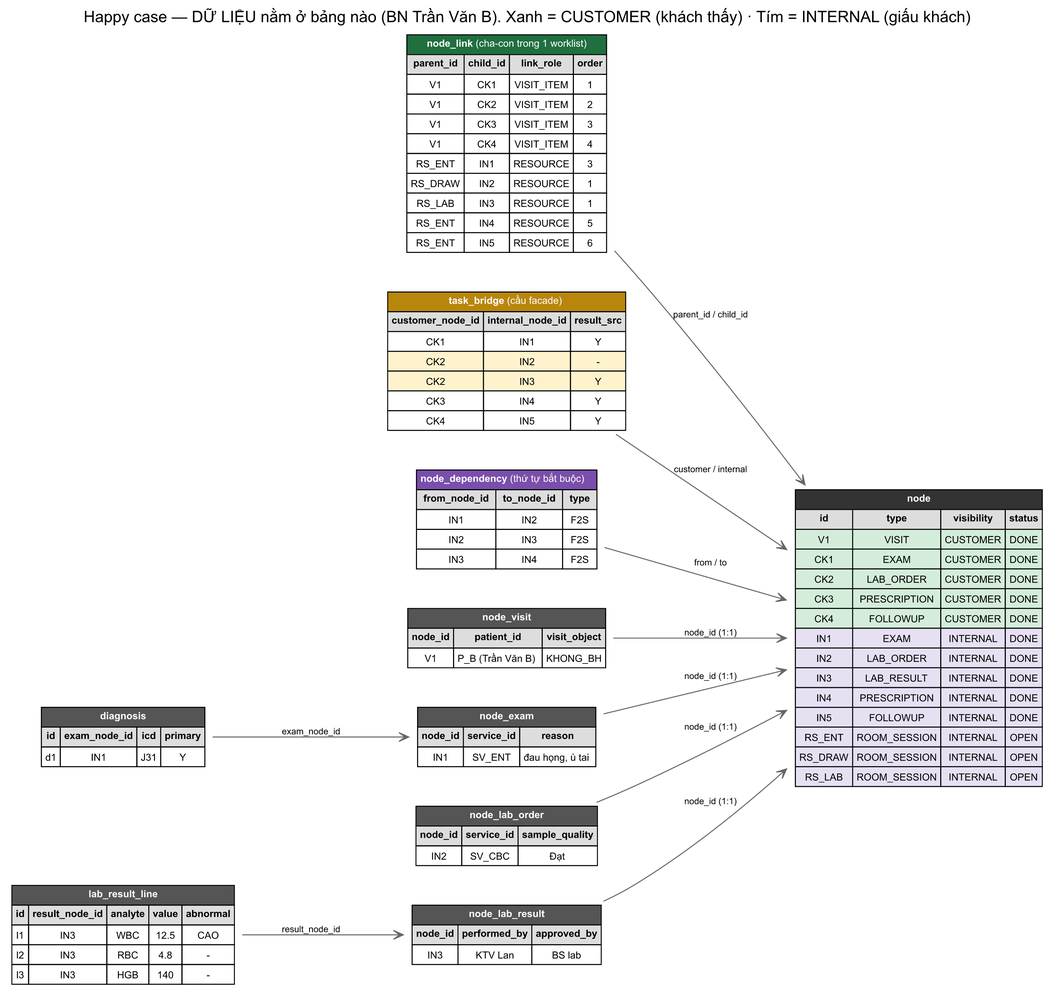
The Graphviz diagram diagrams/06_happy_data.png in yumeekoo/DebateStructure, before a commit. Its source is kept beside it as diagrams/06_happy_data.dot. Its diagram source:
```dot
digraph happy_case {
  rankdir=LR;
  graph [fontname="Arial", nodesep=0.45, ranksep=1.1,
         label="Happy case — DỮ LIỆU nằm ở bảng nào (BN Trần Văn B). Xanh = CUSTOMER (khách thấy) · Tím = INTERNAL (giấu khách)",
         labelloc="t", fontsize=16];
  node [shape=plaintext, fontname="Arial", fontsize=10];
  edge [fontname="Arial", fontsize=9, color="#666666", arrowhead=vee];

  node_tbl [label=<
    <table border="0" cellborder="1" cellspacing="0" cellpadding="3">
      <tr><td colspan="4" bgcolor="#333333"><font color="white"><b>node</b></font></td></tr>
      <tr><td bgcolor="#dddddd"><b>id</b></td><td bgcolor="#dddddd"><b>type</b></td><td bgcolor="#dddddd"><b>visibility</b></td><td bgcolor="#dddddd"><b>status</b></td></tr>
      <tr><td bgcolor="#d4edda">V1</td><td bgcolor="#d4edda">VISIT</td><td bgcolor="#d4edda">CUSTOMER</td><td bgcolor="#d4edda">DONE</td></tr>
      <tr><td bgcolor="#d4edda">CK1</td><td bgcolor="#d4edda">EXAM</td><td bgcolor="#d4edda">CUSTOMER</td><td bgcolor="#d4edda">DONE</td></tr>
      <tr><td bgcolor="#d4edda">CK2</td><td bgcolor="#d4edda">LAB_ORDER</td><td bgcolor="#d4edda">CUSTOMER</td><td bgcolor="#d4edda">DONE</td></tr>
      <tr><td bgcolor="#d4edda">CK3</td><td bgcolor="#d4edda">PRESCRIPTION</td><td bgcolor="#d4edda">CUSTOMER</td><td bgcolor="#d4edda">DONE</td></tr>
      <tr><td bgcolor="#d4edda">CK4</td><td bgcolor="#d4edda">FOLLOWUP</td><td bgcolor="#d4edda">CUSTOMER</td><td bgcolor="#d4edda">DONE</td></tr>
      <tr><td bgcolor="#e7e0f3">IN1</td><td bgcolor="#e7e0f3">EXAM</td><td bgcolor="#e7e0f3">INTERNAL</td><td bgcolor="#e7e0f3">DONE</td></tr>
      <tr><td bgcolor="#e7e0f3">IN2</td><td bgcolor="#e7e0f3">LAB_ORDER</td><td bgcolor="#e7e0f3">INTERNAL</td><td bgcolor="#e7e0f3">DONE</td></tr>
      <tr><td bgcolor="#e7e0f3">IN3</td><td bgcolor="#e7e0f3">LAB_RESULT</td><td bgcolor="#e7e0f3">INTERNAL</td><td bgcolor="#e7e0f3">DONE</td></tr>
      <tr><td bgcolor="#e7e0f3">IN4</td><td bgcolor="#e7e0f3">PRESCRIPTION</td><td bgcolor="#e7e0f3">INTERNAL</td><td bgcolor="#e7e0f3">DONE</td></tr>
      <tr><td bgcolor="#e7e0f3">IN5</td><td bgcolor="#e7e0f3">FOLLOWUP</td><td bgcolor="#e7e0f3">INTERNAL</td><td bgcolor="#e7e0f3">DONE</td></tr>
      <tr><td bgcolor="#e7e0f3">RS_ENT</td><td bgcolor="#e7e0f3">ROOM_SESSION</td><td bgcolor="#e7e0f3">INTERNAL</td><td bgcolor="#e7e0f3">OPEN</td></tr>
      <tr><td bgcolor="#e7e0f3">RS_DRAW</td><td bgcolor="#e7e0f3">ROOM_SESSION</td><td bgcolor="#e7e0f3">INTERNAL</td><td bgcolor="#e7e0f3">OPEN</td></tr>
      <tr><td bgcolor="#e7e0f3">RS_LAB</td><td bgcolor="#e7e0f3">ROOM_SESSION</td><td bgcolor="#e7e0f3">INTERNAL</td><td bgcolor="#e7e0f3">OPEN</td></tr>
    </table>
  >];

  node_link_tbl [label=<
    <table border="0" cellborder="1" cellspacing="0" cellpadding="3">
      <tr><td colspan="4" bgcolor="#1f6f3f"><font color="white"><b>node_link</b> (cha-con trong 1 worklist)</font></td></tr>
      <tr><td bgcolor="#dddddd"><b>parent_id</b></td><td bgcolor="#dddddd"><b>child_id</b></td><td bgcolor="#dddddd"><b>link_role</b></td><td bgcolor="#dddddd"><b>order</b></td></tr>
      <tr><td>V1</td><td>CK1</td><td>VISIT_ITEM</td><td>1</td></tr>
      <tr><td>V1</td><td>CK2</td><td>VISIT_ITEM</td><td>2</td></tr>
      <tr><td>V1</td><td>CK3</td><td>VISIT_ITEM</td><td>3</td></tr>
      <tr><td>V1</td><td>CK4</td><td>VISIT_ITEM</td><td>4</td></tr>
      <tr><td>RS_ENT</td><td>IN1</td><td>RESOURCE</td><td>3</td></tr>
      <tr><td>RS_DRAW</td><td>IN2</td><td>RESOURCE</td><td>1</td></tr>
      <tr><td>RS_LAB</td><td>IN3</td><td>RESOURCE</td><td>1</td></tr>
      <tr><td>RS_ENT</td><td>IN4</td><td>RESOURCE</td><td>5</td></tr>
      <tr><td>RS_ENT</td><td>IN5</td><td>RESOURCE</td><td>6</td></tr>
    </table>
  >];

  bridge_tbl [label=<
    <table border="0" cellborder="1" cellspacing="0" cellpadding="3">
      <tr><td colspan="3" bgcolor="#b8860b"><font color="white"><b>task_bridge</b> (cầu facade)</font></td></tr>
      <tr><td bgcolor="#dddddd"><b>customer_node_id</b></td><td bgcolor="#dddddd"><b>internal_node_id</b></td><td bgcolor="#dddddd"><b>result_src</b></td></tr>
      <tr><td>CK1</td><td>IN1</td><td>Y</td></tr>
      <tr><td bgcolor="#fff3cd">CK2</td><td bgcolor="#fff3cd">IN2</td><td bgcolor="#fff3cd">-</td></tr>
      <tr><td bgcolor="#fff3cd">CK2</td><td bgcolor="#fff3cd">IN3</td><td bgcolor="#fff3cd">Y</td></tr>
      <tr><td>CK3</td><td>IN4</td><td>Y</td></tr>
      <tr><td>CK4</td><td>IN5</td><td>Y</td></tr>
    </table>
  >];

  dep_tbl [label=<
    <table border="0" cellborder="1" cellspacing="0" cellpadding="3">
      <tr><td colspan="3" bgcolor="#7a4eab"><font color="white"><b>node_dependency</b> (thứ tự bắt buộc)</font></td></tr>
      <tr><td bgcolor="#dddddd"><b>from_node_id</b></td><td bgcolor="#dddddd"><b>to_node_id</b></td><td bgcolor="#dddddd"><b>type</b></td></tr>
      <tr><td>IN1</td><td>IN2</td><td>F2S</td></tr>
      <tr><td>IN2</td><td>IN3</td><td>F2S</td></tr>
      <tr><td>IN3</td><td>IN4</td><td>F2S</td></tr>
    </table>
  >];

  visit_tbl [label=<
    <table border="0" cellborder="1" cellspacing="0" cellpadding="3">
      <tr><td colspan="3" bgcolor="#555555"><font color="white"><b>node_visit</b></font></td></tr>
      <tr><td bgcolor="#dddddd"><b>node_id</b></td><td bgcolor="#dddddd"><b>patient_id</b></td><td bgcolor="#dddddd"><b>visit_object</b></td></tr>
      <tr><td>V1</td><td>P_B (Trần Văn B)</td><td>KHONG_BH</td></tr>
    </table>
  >];

  exam_tbl [label=<
    <table border="0" cellborder="1" cellspacing="0" cellpadding="3">
      <tr><td colspan="3" bgcolor="#555555"><font color="white"><b>node_exam</b></font></td></tr>
      <tr><td bgcolor="#dddddd"><b>node_id</b></td><td bgcolor="#dddddd"><b>service_id</b></td><td bgcolor="#dddddd"><b>reason</b></td></tr>
      <tr><td>IN1</td><td>SV_ENT</td><td>đau họng, ù tai</td></tr>
    </table>
  >];

  diag_tbl [label=<
    <table border="0" cellborder="1" cellspacing="0" cellpadding="3">
      <tr><td colspan="4" bgcolor="#555555"><font color="white"><b>diagnosis</b></font></td></tr>
      <tr><td bgcolor="#dddddd"><b>id</b></td><td bgcolor="#dddddd"><b>exam_node_id</b></td><td bgcolor="#dddddd"><b>icd</b></td><td bgcolor="#dddddd"><b>primary</b></td></tr>
      <tr><td>d1</td><td>IN1</td><td>J31</td><td>Y</td></tr>
    </table>
  >];

  laborder_tbl [label=<
    <table border="0" cellborder="1" cellspacing="0" cellpadding="3">
      <tr><td colspan="3" bgcolor="#555555"><font color="white"><b>node_lab_order</b></font></td></tr>
      <tr><td bgcolor="#dddddd"><b>node_id</b></td><td bgcolor="#dddddd"><b>service_id</b></td><td bgcolor="#dddddd"><b>sample_quality</b></td></tr>
      <tr><td>IN2</td><td>SV_CBC</td><td>Đạt</td></tr>
    </table>
  >];

  labresult_tbl [label=<
    <table border="0" cellborder="1" cellspacing="0" cellpadding="3">
      <tr><td colspan="3" bgcolor="#555555"><font color="white"><b>node_lab_result</b></font></td></tr>
      <tr><td bgcolor="#dddddd"><b>node_id</b></td><td bgcolor="#dddddd"><b>performed_by</b></td><td bgcolor="#dddddd"><b>approved_by</b></td></tr>
      <tr><td>IN3</td><td>KTV Lan</td><td>BS lab</td></tr>
    </table>
  >];

  labline_tbl [label=<
    <table border="0" cellborder="1" cellspacing="0" cellpadding="3">
      <tr><td colspan="5" bgcolor="#555555"><font color="white"><b>lab_result_line</b></font></td></tr>
      <tr><td bgcolor="#dddddd"><b>id</b></td><td bgcolor="#dddddd"><b>result_node_id</b></td><td bgcolor="#dddddd"><b>analyte</b></td><td bgcolor="#dddddd"><b>value</b></td><td bgcolor="#dddddd"><b>abnormal</b></td></tr>
      <tr><td>l1</td><td>IN3</td><td>WBC</td><td>12.5</td><td>CAO</td></tr>
      <tr><td>l2</td><td>IN3</td><td>RBC</td><td>4.8</td><td>-</td></tr>
      <tr><td>l3</td><td>IN3</td><td>HGB</td><td>140</td><td>-</td></tr>
    </table>
  >];

  node_link_tbl  -> node_tbl [label="parent_id / child_id"];
  bridge_tbl     -> node_tbl [label="customer / internal"];
  dep_tbl        -> node_tbl [label="from / to"];
  visit_tbl      -> node_tbl [label="node_id (1:1)"];
  exam_tbl       -> node_tbl [label="node_id (1:1)"];
  laborder_tbl   -> node_tbl [label="node_id (1:1)"];
  labresult_tbl  -> node_tbl [label="node_id (1:1)"];
  diag_tbl       -> exam_tbl [label="exam_node_id"];
  labline_tbl    -> labresult_tbl [label="result_node_id"];
}
```
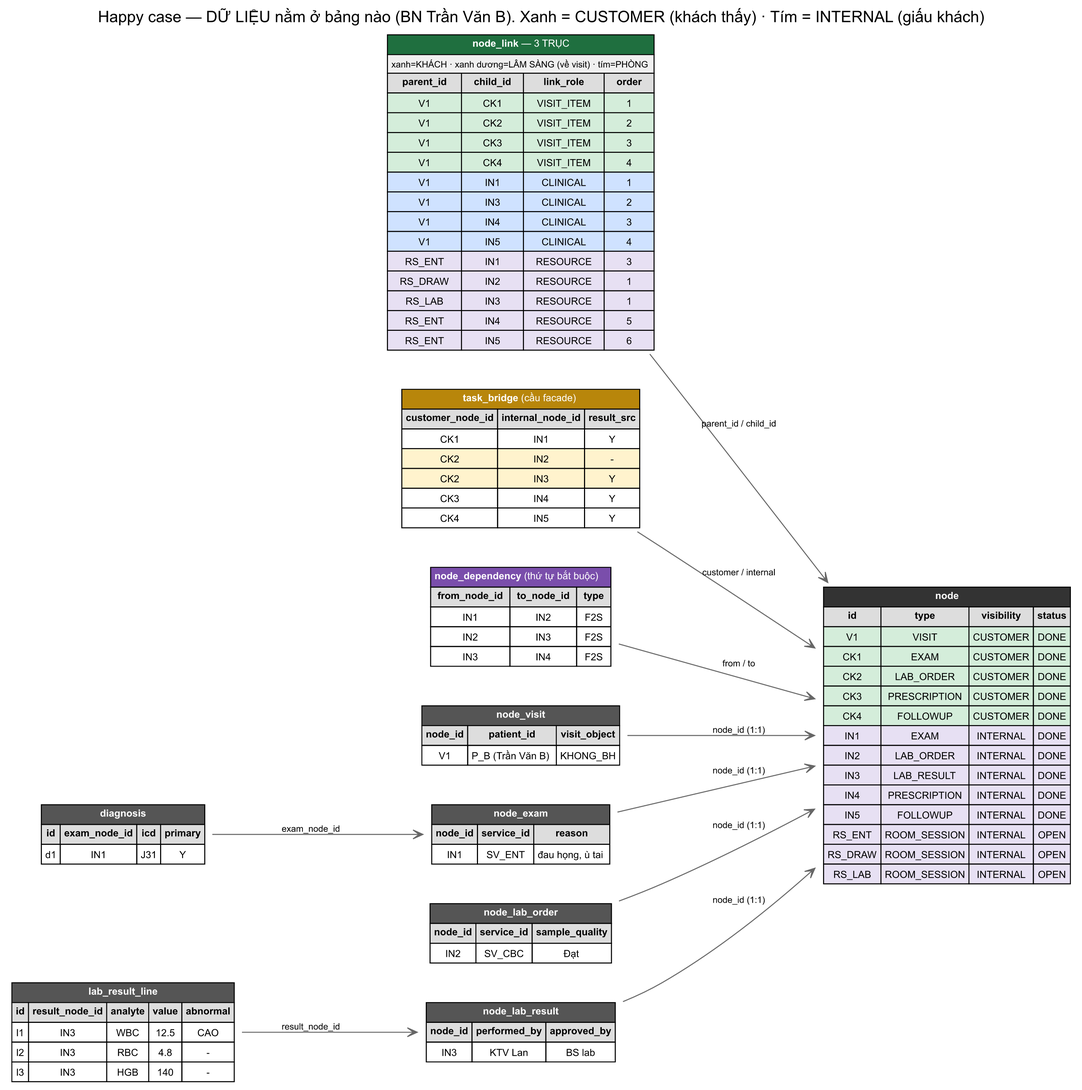
The same file after the commit.

What changed in the source:
```diff
@@ -28,17 +28,22 @@
 
   node_link_tbl [label=<
     <table border="0" cellborder="1" cellspacing="0" cellpadding="3">
-      <tr><td colspan="4" bgcolor="#1f6f3f"><font color="white"><b>node_link</b> (cha-con trong 1 worklist)</font></td></tr>
+      <tr><td colspan="4" bgcolor="#1f6f3f"><font color="white"><b>node_link</b> — 3 TRỤC</font></td></tr>
+      <tr><td colspan="4" bgcolor="#f0f0f0"><font point-size="9">xanh=KHÁCH · xanh dương=LÂM SÀNG (về visit) · tím=PHÒNG</font></td></tr>
       <tr><td bgcolor="#dddddd"><b>parent_id</b></td><td bgcolor="#dddddd"><b>child_id</b></td><td bgcolor="#dddddd"><b>link_role</b></td><td bgcolor="#dddddd"><b>order</b></td></tr>
-      <tr><td>V1</td><td>CK1</td><td>VISIT_ITEM</td><td>1</td></tr>
-      <tr><td>V1</td><td>CK2</td><td>VISIT_ITEM</td><td>2</td></tr>
-      <tr><td>V1</td><td>CK3</td><td>VISIT_ITEM</td><td>3</td></tr>
-      <tr><td>V1</td><td>CK4</td><td>VISIT_ITEM</td><td>4</td></tr>
-      <tr><td>RS_ENT</td><td>IN1</td><td>RESOURCE</td><td>3</td></tr>
-      <tr><td>RS_DRAW</td><td>IN2</td><td>RESOURCE</td><td>1</td></tr>
-      <tr><td>RS_LAB</td><td>IN3</td><td>RESOURCE</td><td>1</td></tr>
-      <tr><td>RS_ENT</td><td>IN4</td><td>RESOURCE</td><td>5</td></tr>
-      <tr><td>RS_ENT</td><td>IN5</td><td>RESOURCE</td><td>6</td></tr>
+      <tr><td bgcolor="#d4edda">V1</td><td bgcolor="#d4edda">CK1</td><td bgcolor="#d4edda">VISIT_ITEM</td><td bgcolor="#d4edda">1</td></tr>
+      <tr><td bgcolor="#d4edda">V1</td><td bgcolor="#d4edda">CK2</td><td bgcolor="#d4edda">VISIT_ITEM</td><td bgcolor="#d4edda">2</td></tr>
+      <tr><td bgcolor="#d4edda">V1</td><td bgcolor="#d4edda">CK3</td><td bgcolor="#d4edda">VISIT_ITEM</td><td bgcolor="#d4edda">3</td></tr>
+      <tr><td bgcolor="#d4edda">V1</td><td bgcolor="#d4edda">CK4</td><td bgcolor="#d4edda">VISIT_ITEM</td><td bgcolor="#d4edda">4</td></tr>
+      <tr><td bgcolor="#cfe2ff">V1</td><td bgcolor="#cfe2ff">IN1</td><td bgcolor="#cfe2ff">CLINICAL</td><td bgcolor="#cfe2ff">1</td></tr>
+      <tr><td bgcolor="#cfe2ff">V1</td><td bgcolor="#cfe2ff">IN3</td><td bgcolor="#cfe2ff">CLINICAL</td><td bgcolor="#cfe2ff">2</td></tr>
+      <tr><td bgcolor="#cfe2ff">V1</td><td bgcolor="#cfe2ff">IN4</td><td bgcolor="#cfe2ff">CLINICAL</td><td bgcolor="#cfe2ff">3</td></tr>
+      <tr><td bgcolor="#cfe2ff">V1</td><td bgcolor="#cfe2ff">IN5</td><td bgcolor="#cfe2ff">CLINICAL</td><td bgcolor="#cfe2ff">4</td></tr>
+      <tr><td bgcolor="#e7e0f3">RS_ENT</td><td bgcolor="#e7e0f3">IN1</td><td bgcolor="#e7e0f3">RESOURCE</td><td bgcolor="#e7e0f3">3</td></tr>
+      <tr><td bgcolor="#e7e0f3">RS_DRAW</td><td bgcolor="#e7e0f3">IN2</td><td bgcolor="#e7e0f3">RESOURCE</td><td bgcolor="#e7e0f3">1</td></tr>
+      <tr><td bgcolor="#e7e0f3">RS_LAB</td><td bgcolor="#e7e0f3">IN3</td><td bgcolor="#e7e0f3">RESOURCE</td><td bgcolor="#e7e0f3">1</td></tr>
+      <tr><td bgcolor="#e7e0f3">RS_ENT</td><td bgcolor="#e7e0f3">IN4</td><td bgcolor="#e7e0f3">RESOURCE</td><td bgcolor="#e7e0f3">5</td></tr>
+      <tr><td bgcolor="#e7e0f3">RS_ENT</td><td bgcolor="#e7e0f3">IN5</td><td bgcolor="#e7e0f3">RESOURCE</td><td bgcolor="#e7e0f3">6</td></tr>
     </table>
   >];
 
```
